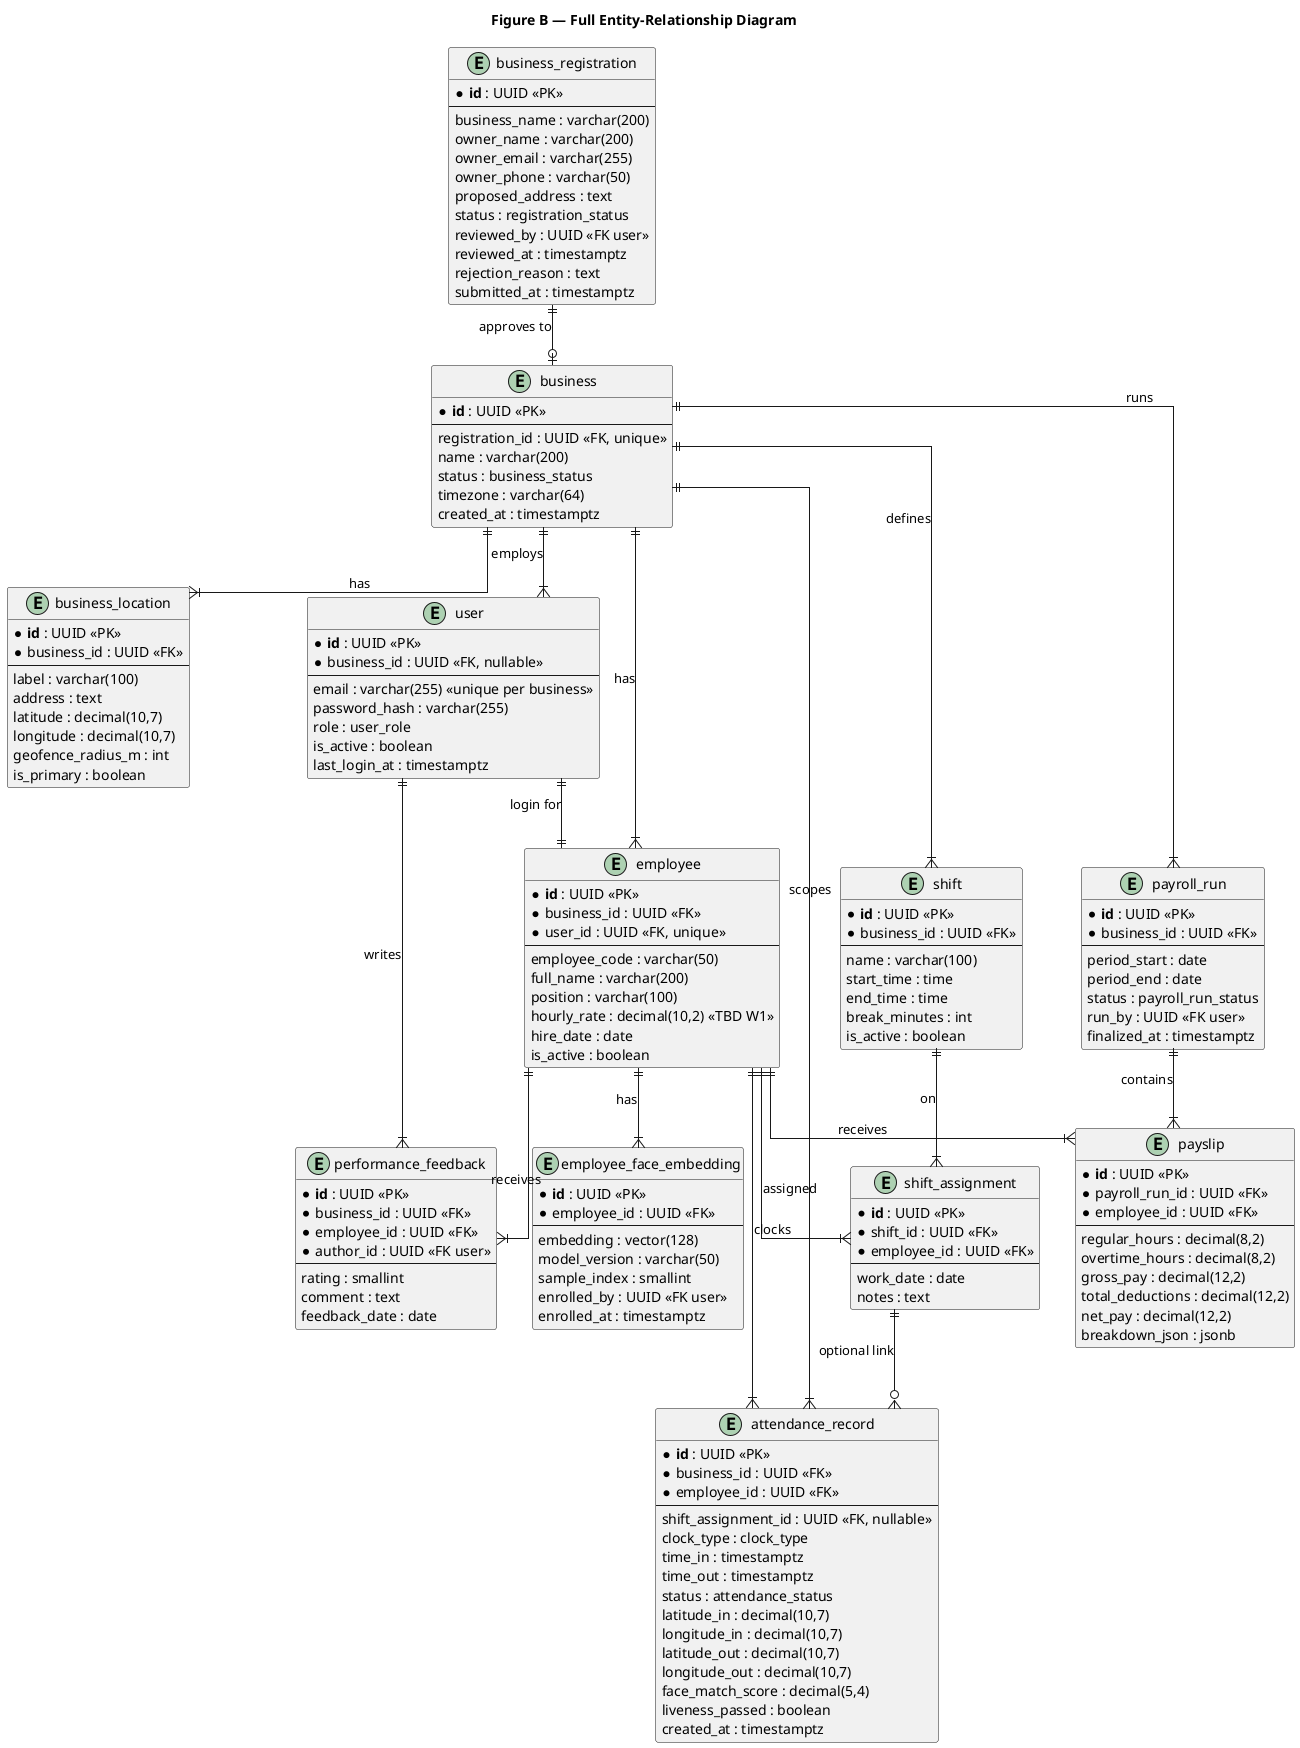
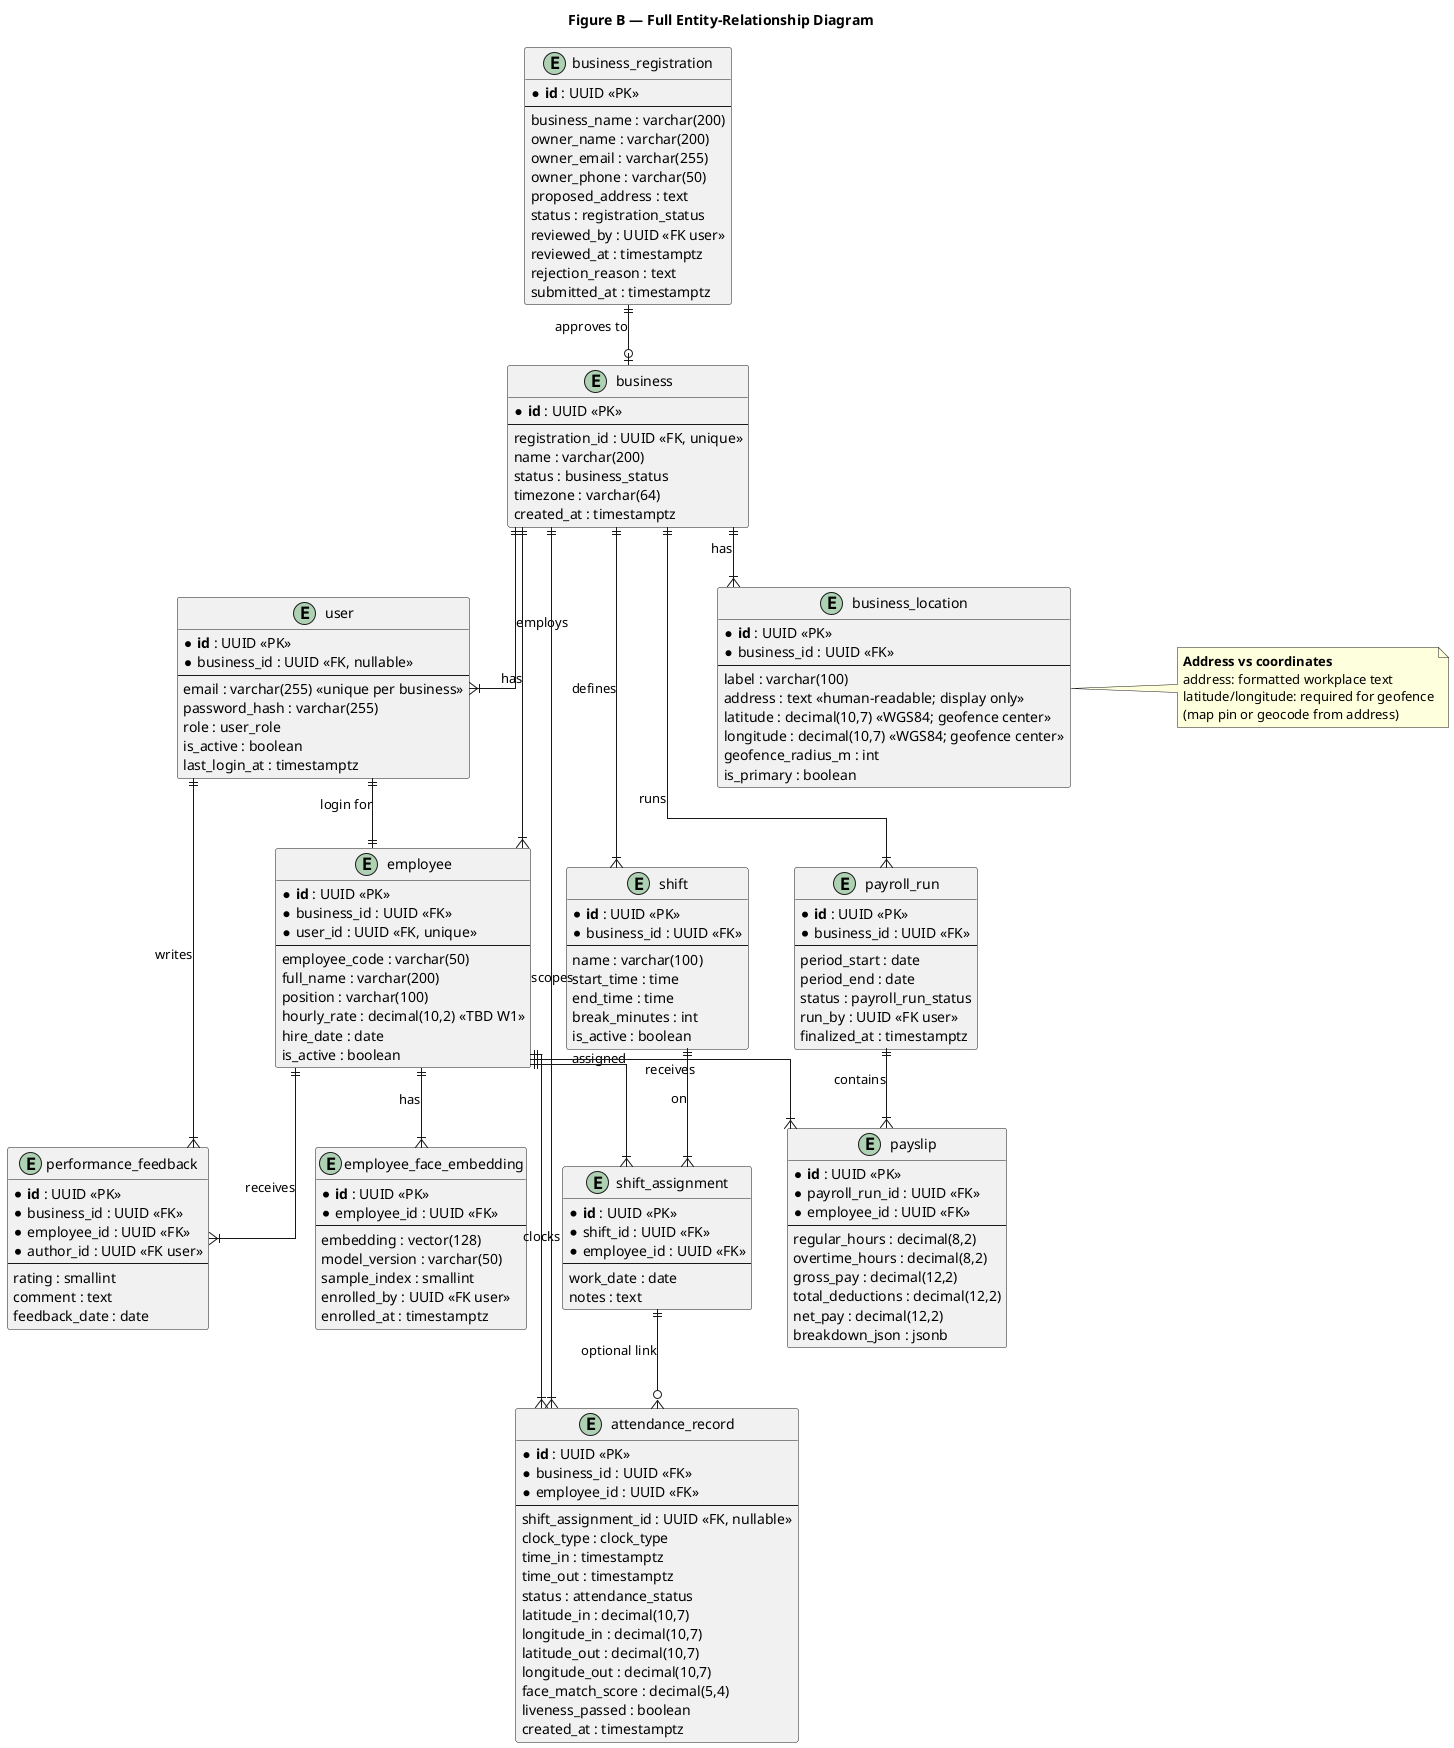
@startuml Aroll_ERD_Full
title Figure B — Full Entity-Relationship Diagram

skinparam linetype ortho

entity "business_registration" as br {
  * **id** : UUID <<PK>>
  --
  business_name : varchar(200)
  owner_name : varchar(200)
  owner_email : varchar(255)
  owner_phone : varchar(50)
  proposed_address : text
  status : registration_status
  reviewed_by : UUID <<FK user>>
  reviewed_at : timestamptz
  rejection_reason : text
  submitted_at : timestamptz
}

entity "business" as b {
  * **id** : UUID <<PK>>
  --
  registration_id : UUID <<FK, unique>>
  name : varchar(200)
  status : business_status
  timezone : varchar(64)
  created_at : timestamptz
}

entity "business_location" as bl {
  * **id** : UUID <<PK>>
  * business_id : UUID <<FK>>
  --
  label : varchar(100)
-   address : text
-   latitude : decimal(10,7)
-   longitude : decimal(10,7)
+   address : text <<human-readable; display only>>
+   latitude : decimal(10,7) <<WGS84; geofence center>>
+   longitude : decimal(10,7) <<WGS84; geofence center>>
  geofence_radius_m : int
  is_primary : boolean
}
+ 
+ note right of bl
+   **Address vs coordinates**
+   address: formatted workplace text
+   latitude/longitude: required for geofence
+   (map pin or geocode from address)
+ end note

entity "user" as u {
  * **id** : UUID <<PK>>
  * business_id : UUID <<FK, nullable>>
  --
  email : varchar(255) <<unique per business>>
  password_hash : varchar(255)
  role : user_role
  is_active : boolean
  last_login_at : timestamptz
}

entity "employee" as e {
  * **id** : UUID <<PK>>
  * business_id : UUID <<FK>>
  * user_id : UUID <<FK, unique>>
  --
  employee_code : varchar(50)
  full_name : varchar(200)
  position : varchar(100)
  hourly_rate : decimal(10,2) <<TBD W1>>
  hire_date : date
  is_active : boolean
}

entity "employee_face_embedding" as efe {
  * **id** : UUID <<PK>>
  * employee_id : UUID <<FK>>
  --
  embedding : vector(128)
  model_version : varchar(50)
  sample_index : smallint
  enrolled_by : UUID <<FK user>>
  enrolled_at : timestamptz
}

entity "shift" as s {
  * **id** : UUID <<PK>>
  * business_id : UUID <<FK>>
  --
  name : varchar(100)
  start_time : time
  end_time : time
  break_minutes : int
  is_active : boolean
}

entity "shift_assignment" as sa {
  * **id** : UUID <<PK>>
  * shift_id : UUID <<FK>>
  * employee_id : UUID <<FK>>
  --
  work_date : date
  notes : text
}

entity "attendance_record" as ar {
  * **id** : UUID <<PK>>
  * business_id : UUID <<FK>>
  * employee_id : UUID <<FK>>
  --
  shift_assignment_id : UUID <<FK, nullable>>
  clock_type : clock_type
  time_in : timestamptz
  time_out : timestamptz
  status : attendance_status
  latitude_in : decimal(10,7)
  longitude_in : decimal(10,7)
  latitude_out : decimal(10,7)
  longitude_out : decimal(10,7)
  face_match_score : decimal(5,4)
  liveness_passed : boolean
  created_at : timestamptz
}

entity "payroll_run" as pr {
  * **id** : UUID <<PK>>
  * business_id : UUID <<FK>>
  --
  period_start : date
  period_end : date
  status : payroll_run_status
  run_by : UUID <<FK user>>
  finalized_at : timestamptz
}

entity "payslip" as ps {
  * **id** : UUID <<PK>>
  * payroll_run_id : UUID <<FK>>
  * employee_id : UUID <<FK>>
  --
  regular_hours : decimal(8,2)
  overtime_hours : decimal(8,2)
  gross_pay : decimal(12,2)
  total_deductions : decimal(12,2)
  net_pay : decimal(12,2)
  breakdown_json : jsonb
}

entity "performance_feedback" as pf {
  * **id** : UUID <<PK>>
  * business_id : UUID <<FK>>
  * employee_id : UUID <<FK>>
  * author_id : UUID <<FK user>>
  --
  rating : smallint
  comment : text
  feedback_date : date
}

br ||--o| b : "approves to"
b ||--|{ bl : has
b ||--|{ u : employs
b ||--|{ e : has
u ||--|| e : "login for"
e ||--|{ efe : has
b ||--|{ s : defines
s ||--|{ sa : on
e ||--|{ sa : assigned
e ||--|{ ar : clocks
b ||--|{ ar : scopes
sa ||--o{ ar : "optional link"
b ||--|{ pr : runs
pr ||--|{ ps : contains
e ||--|{ ps : receives
e ||--|{ pf : receives
u ||--|{ pf : writes

@enduml
